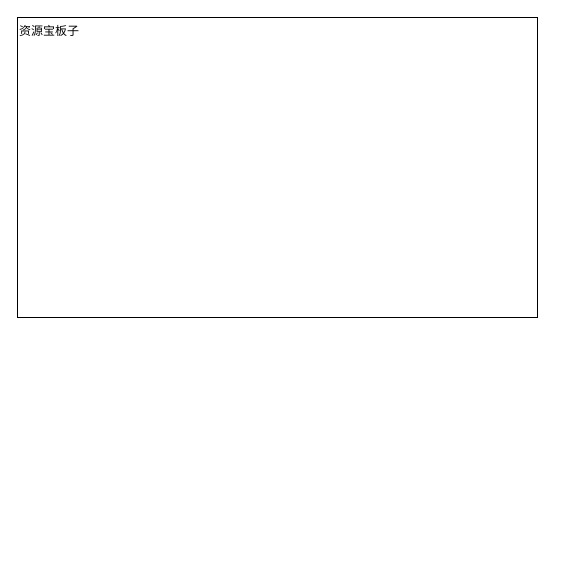
Earlier version of the draw.io diagram ziyuanbao.drawio (caozhongqin/diagrams.net). Source tidied: cells renumbered, new cells numbered last; positions are measured from the earlier drawing's top-left corner, leaving out a move shared by most shapes. Both pictures are drawn from the tidied source at 100%, with x=0, y=0 at pixel (17, 17).
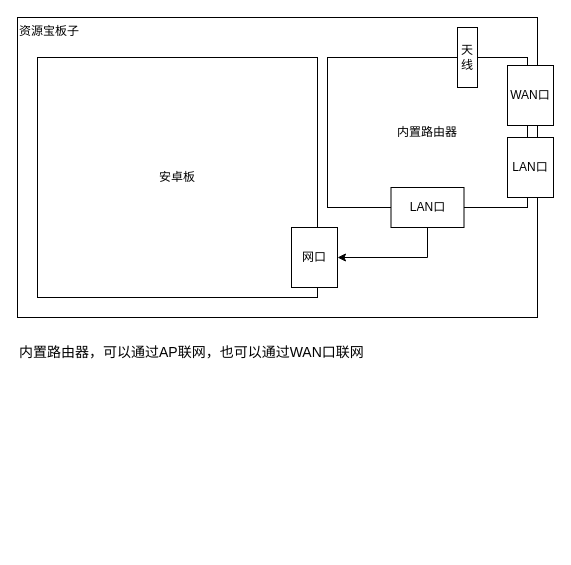
The same diagram, later.

What changed in the source:
```diff
@@
 <mxGraphModel>
   <root>
     <mxCell id="0" />
     <mxCell id="1" parent="0" />
     <mxCell id="2" value="资源宝板子" style="rounded=0;whiteSpace=wrap;html=1;horizontal=1;align=left;verticalAlign=top;" parent="1" vertex="1">
       <mxGeometry width="520" height="300" as="geometry" />
     </mxCell>
+    <mxCell id="3" style="edgeStyle=orthogonalEdgeStyle;rounded=0;jettySize=auto;html=1;exitX=0.5;exitY=1;exitDx=0;exitDy=0;" parent="1" edge="1" source="11" target="6">
+      <mxGeometry relative="1" as="geometry" />
+    </mxCell>
+    <mxCell id="4" style="group;" parent="1" vertex="1">
+      <mxGeometry x="20" y="40" width="300" height="240" as="geometry" />
+    </mxCell>
+    <mxCell id="5" value="安卓板" style="rounded=0;whiteSpace=wrap;html=1;" parent="4" vertex="1">
+      <mxGeometry width="280" height="240" as="geometry" />
+    </mxCell>
+    <mxCell id="6" value="网口" style="rounded=0;whiteSpace=wrap;html=1;" parent="4" vertex="1">
+      <mxGeometry x="254" y="170" width="46" height="60" as="geometry" />
+    </mxCell>
+    <mxCell id="7" style="group;" parent="1" vertex="1">
+      <mxGeometry x="310" y="40" width="226" height="170" as="geometry" />
+    </mxCell>
+    <mxCell id="8" value="内置路由器" style="rounded=0;whiteSpace=wrap;html=1;" parent="7" vertex="1">
+      <mxGeometry width="200" height="150" as="geometry" />
+    </mxCell>
+    <mxCell id="9" value="WAN口" style="rounded=0;whiteSpace=wrap;html=1;" parent="7" vertex="1">
+      <mxGeometry x="180" y="8" width="46" height="60" as="geometry" />
+    </mxCell>
+    <mxCell id="10" value="LAN口" style="rounded=0;whiteSpace=wrap;html=1;" parent="7" vertex="1">
+      <mxGeometry x="180" y="80" width="46" height="60" as="geometry" />
+    </mxCell>
+    <mxCell id="11" value="LAN口" style="rounded=0;whiteSpace=wrap;html=1;" parent="7" vertex="1">
+      <mxGeometry x="63.5" y="130" width="73" height="40" as="geometry" />
+    </mxCell>
+    <mxCell id="12" value="天线" style="rounded=0;whiteSpace=wrap;html=1;" parent="7" vertex="1">
+      <mxGeometry x="130" y="-30" width="20" height="60" as="geometry" />
+    </mxCell>
+    <mxCell id="13" value="内置路由器，可以通过AP联网，也可以通过WAN口联网" style="text;html=1;strokeColor=none;fillColor=none;align=left;verticalAlign=top;whiteSpace=wrap;rounded=0;fontSize=14;" parent="1" vertex="1">
+      <mxGeometry y="320" width="520" height="210" as="geometry" />
+    </mxCell>
   </root>
 </mxGraphModel>
```
